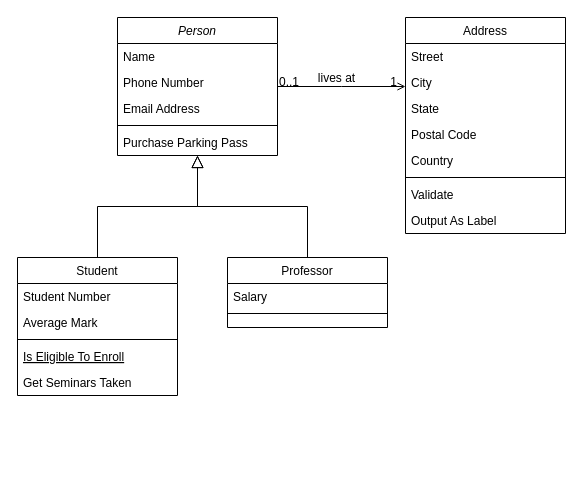
The draw.io diagram Untitled Diagram.drawio in gundamlh/shiyanlou, before the edit. Source tidied: cells renumbered, new cells numbered last; positions are measured from the earlier drawing's top-left corner, leaving out a move shared by most shapes. Both pictures are drawn from the tidied source at 100%, with x=0, y=0 at pixel (17, 17).
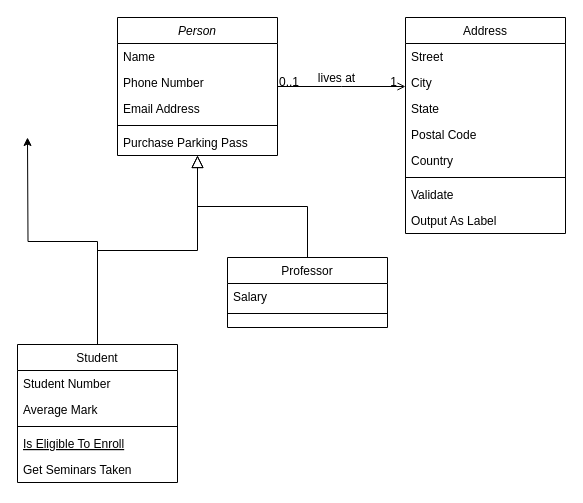
The same diagram, later.

Change to the diagram source:
```diff
@@
+    <mxCell id="32" style="edgeStyle=orthogonalEdgeStyle;rounded=0;jettySize=auto;html=1;exitX=0.5;exitY=0;exitDx=0;exitDy=0;" parent="1" edge="1" source="8">
+      <mxGeometry relative="1" as="geometry">
+        <mxPoint x="10" y="120" as="targetPoint" />
+      </mxGeometry>
+    </mxCell>
     <mxCell id="8" value="Student" style="swimlane;fontStyle=0;align=center;verticalAlign=top;horizontal=1;startSize=26;rounded=0;shadow=0;strokeWidth=1;" parent="1" vertex="1">
-      <mxGeometry y="240" width="160" height="138" as="geometry" />
+      <mxGeometry y="327" width="160" height="138" as="geometry" />
     </mxCell>
```
